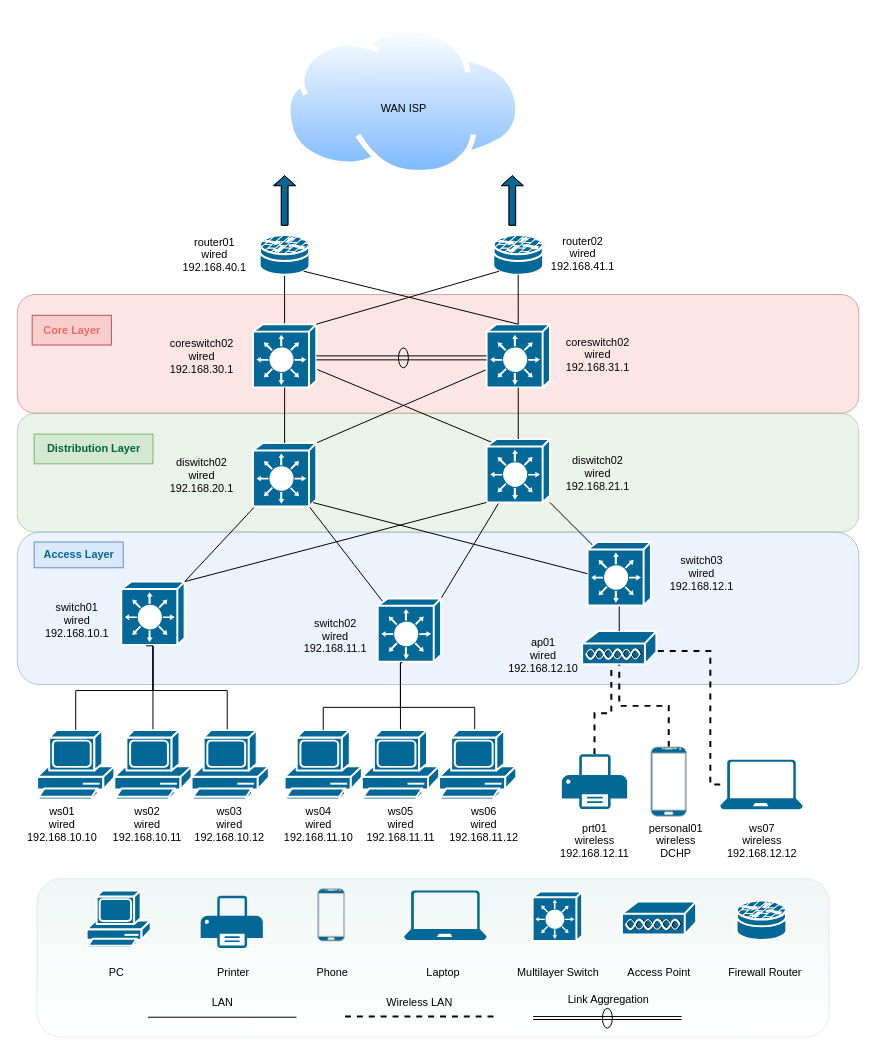
Above: page "Tier3" (2 of 2) of SuperNetwork.drawio in Reaimua/Network-Architecture-Project (draw.io), before the change. Source tidied: cells renumbered, new cells numbered last; positions are measured from the earlier drawing's top-left corner, leaving out a move shared by most shapes. Both pictures are drawn from the tidied source at 99%, with x=0, y=0 at pixel (17, 27).
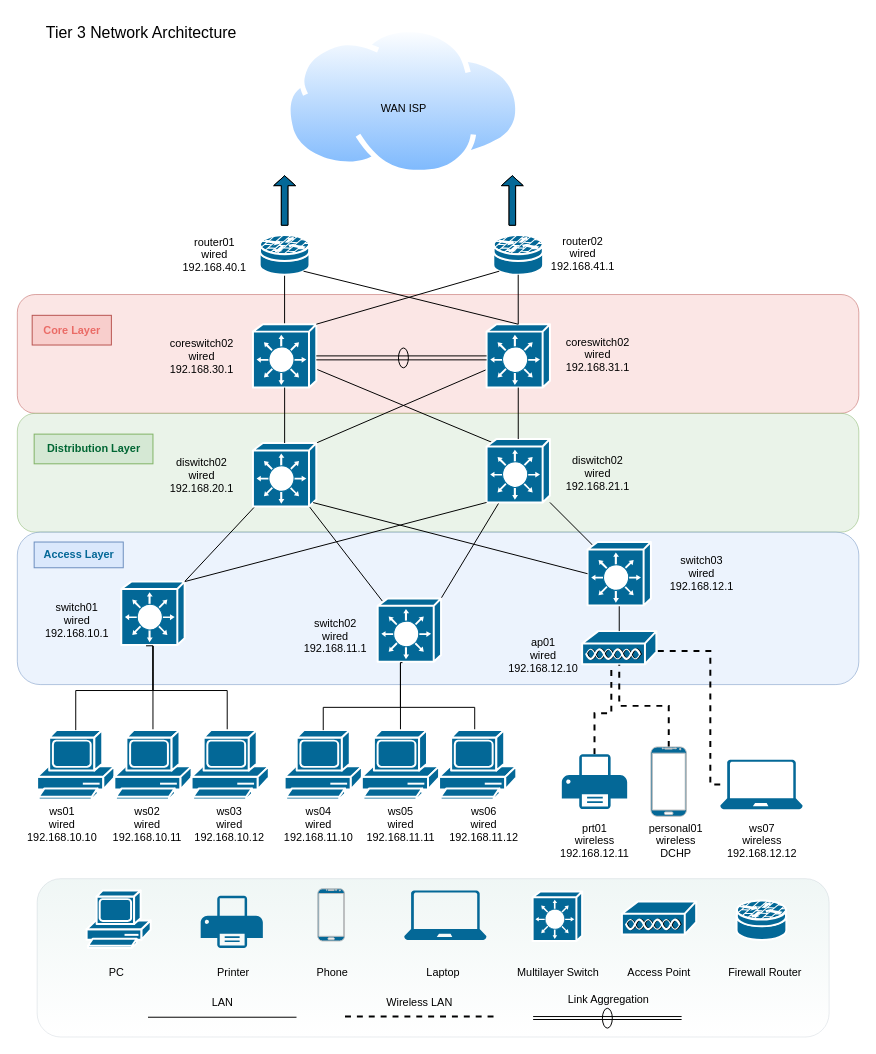
After the change.

Change to the diagram source:
```diff
@@
+    <mxCell id="102" value="&lt;font style=&quot;font-size: 16px;&quot;&gt;Tier 3 Network Architecture&lt;/font&gt;" style="text;html=1;align=center;verticalAlign=middle;strokeColor=none;fillColor=none;fontSize=11;fontFamily=Helvetica;fontColor=default;" parent="1" vertex="1">
+      <mxGeometry x="15" y="-10" width="220" height="30" as="geometry" />
+    </mxCell>
```
